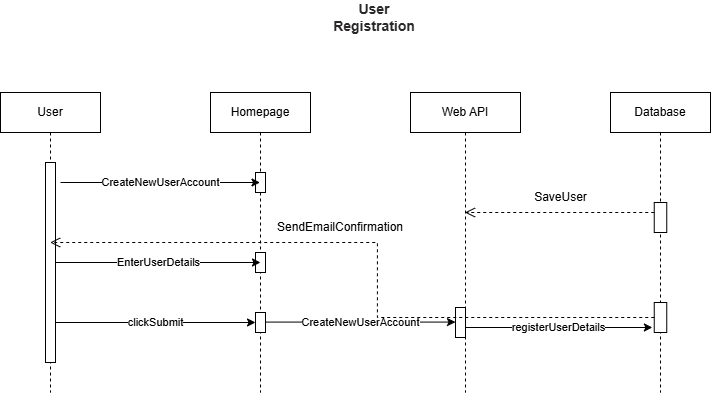
hedjouj/holbertonschool-hbnb keeps this draw.io diagram as sequence_diagram_userregistration.drawio.png. Above is the earlier version. Source tidied: cells renumbered, new cells last; positions are measured from the earlier drawing's top-left corner, leaving out a move shared by most shapes.
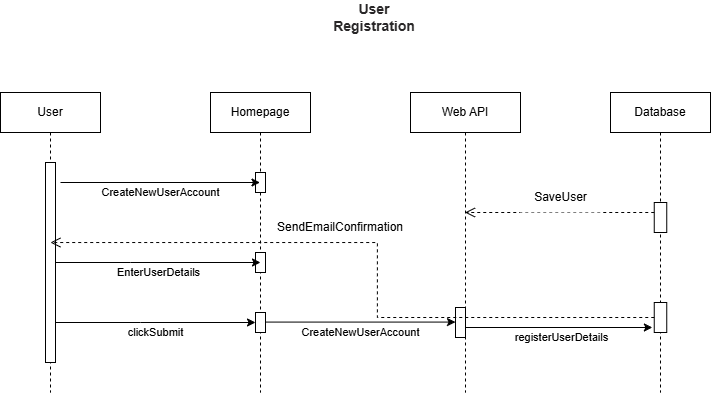
The same file after the commit.

Commit message:
Mettre à jour sequence_diagram_userregistration.drawio.png

The edit, as a diff of the source:
```diff
@@ -2,98 +2,108 @@
   <root>
     <mxCell id="0" />
     <mxCell id="1" parent="0" />
-    <mxCell id="2" value="User" style="shape=umlLifeline;perimeter=lifelinePerimeter;whiteSpace=wrap;html=1;outlineConnect=0;portConstraint=eastwest;newEdgeStyle={&quot;curved&quot;:0,&quot;rounded&quot;:0};" parent="1" vertex="1">
+    <mxCell id="2" value="User" style="shape=umlLifeline;perimeter=lifelinePerimeter;whiteSpace=wrap;html=1;outlineConnect=0;portConstraint=eastwest;newEdgeStyle={&quot;curved&quot;:0,&quot;rounded&quot;:0};labelBackgroundColor=none;" parent="1" vertex="1">
       <mxGeometry y="90" width="100" height="300" as="geometry" />
     </mxCell>
-    <mxCell id="3" style="html=1;points=[[0,0,0,0,5],[0,1,0,0,-5],[1,0,0,0,5],[1,1,0,0,-5]];perimeter=orthogonalPerimeter;outlineConnect=0;targetShapes=umlLifeline;portConstraint=eastwest;newEdgeStyle={&quot;curved&quot;:0,&quot;rounded&quot;:0};" parent="2" vertex="1">
+    <mxCell id="3" style="html=1;points=[[0,0,0,0,5],[0,1,0,0,-5],[1,0,0,0,5],[1,1,0,0,-5]];perimeter=orthogonalPerimeter;outlineConnect=0;targetShapes=umlLifeline;portConstraint=eastwest;newEdgeStyle={&quot;curved&quot;:0,&quot;rounded&quot;:0};labelBackgroundColor=none;" parent="2" vertex="1">
       <mxGeometry x="45" y="70" width="10" height="200" as="geometry" />
     </mxCell>
-    <mxCell id="4" value="Database" style="shape=umlLifeline;perimeter=lifelinePerimeter;whiteSpace=wrap;html=1;newEdgeStyle={&quot;curved&quot;:0,&quot;rounded&quot;:0};" parent="1" vertex="1">
+    <mxCell id="4" value="Database" style="shape=umlLifeline;perimeter=lifelinePerimeter;whiteSpace=wrap;html=1;newEdgeStyle={&quot;curved&quot;:0,&quot;rounded&quot;:0};labelBackgroundColor=none;" parent="1" vertex="1">
       <mxGeometry x="610" y="90" width="100" height="300" as="geometry" />
     </mxCell>
-    <mxCell id="5" style="html=1;points=[[0,0,0,0,5],[0,1,0,0,-5],[1,0,0,0,5],[1,1,0,0,-5]];perimeter=orthogonalPerimeter;outlineConnect=0;targetShapes=umlLifeline;portConstraint=eastwest;newEdgeStyle={&quot;curved&quot;:0,&quot;rounded&quot;:0};" parent="4" vertex="1">
+    <mxCell id="5" style="html=1;points=[[0,0,0,0,5],[0,1,0,0,-5],[1,0,0,0,5],[1,1,0,0,-5]];perimeter=orthogonalPerimeter;outlineConnect=0;targetShapes=umlLifeline;portConstraint=eastwest;newEdgeStyle={&quot;curved&quot;:0,&quot;rounded&quot;:0};labelBackgroundColor=none;" parent="4" vertex="1">
       <mxGeometry x="43.8" y="210" width="12.5" height="30" as="geometry" />
     </mxCell>
-    <mxCell id="6" style="html=1;points=[[0,0,0,0,5],[0,1,0,0,-5],[1,0,0,0,5],[1,1,0,0,-5]];perimeter=orthogonalPerimeter;outlineConnect=0;targetShapes=umlLifeline;portConstraint=eastwest;newEdgeStyle={&quot;curved&quot;:0,&quot;rounded&quot;:0};" parent="4" vertex="1">
+    <mxCell id="6" style="html=1;points=[[0,0,0,0,5],[0,1,0,0,-5],[1,0,0,0,5],[1,1,0,0,-5]];perimeter=orthogonalPerimeter;outlineConnect=0;targetShapes=umlLifeline;portConstraint=eastwest;newEdgeStyle={&quot;curved&quot;:0,&quot;rounded&quot;:0};labelBackgroundColor=none;" parent="4" vertex="1">
       <mxGeometry x="43.8" y="110" width="12.5" height="30" as="geometry" />
     </mxCell>
-    <mxCell id="7" value="&lt;div&gt;Web API&lt;/div&gt;" style="shape=umlLifeline;perimeter=lifelinePerimeter;whiteSpace=wrap;html=1;outlineConnect=0;portConstraint=eastwest;newEdgeStyle={&quot;curved&quot;:0,&quot;rounded&quot;:0};" parent="1" vertex="1">
+    <mxCell id="7" value="&lt;div&gt;Web API&lt;/div&gt;" style="shape=umlLifeline;perimeter=lifelinePerimeter;whiteSpace=wrap;html=1;outlineConnect=0;portConstraint=eastwest;newEdgeStyle={&quot;curved&quot;:0,&quot;rounded&quot;:0};labelBackgroundColor=none;" parent="1" vertex="1">
       <mxGeometry x="410" y="90" width="110" height="300" as="geometry" />
     </mxCell>
-    <mxCell id="8" style="html=1;points=[[0,0,0,0,5],[0,1,0,0,-5],[1,0,0,0,5],[1,1,0,0,-5]];perimeter=orthogonalPerimeter;outlineConnect=0;targetShapes=umlLifeline;portConstraint=eastwest;newEdgeStyle={&quot;curved&quot;:0,&quot;rounded&quot;:0};" parent="7" vertex="1">
+    <mxCell id="8" style="html=1;points=[[0,0,0,0,5],[0,1,0,0,-5],[1,0,0,0,5],[1,1,0,0,-5]];perimeter=orthogonalPerimeter;outlineConnect=0;targetShapes=umlLifeline;portConstraint=eastwest;newEdgeStyle={&quot;curved&quot;:0,&quot;rounded&quot;:0};labelBackgroundColor=none;" parent="7" vertex="1">
       <mxGeometry x="45" y="215" width="10" height="30" as="geometry" />
     </mxCell>
-    <mxCell id="9" value="Homepage" style="shape=umlLifeline;perimeter=lifelinePerimeter;whiteSpace=wrap;html=1;outlineConnect=0;portConstraint=eastwest;newEdgeStyle={&quot;curved&quot;:0,&quot;rounded&quot;:0};" parent="1" vertex="1">
+    <mxCell id="9" value="Homepage" style="shape=umlLifeline;perimeter=lifelinePerimeter;whiteSpace=wrap;html=1;outlineConnect=0;portConstraint=eastwest;newEdgeStyle={&quot;curved&quot;:0,&quot;rounded&quot;:0};labelBackgroundColor=none;" parent="1" vertex="1">
       <mxGeometry x="210" y="90" width="100" height="300" as="geometry" />
     </mxCell>
-    <mxCell id="10" style="html=1;perimeter=orthogonalPerimeter;targetShapes=umlLifeline;newEdgeStyle={&quot;curved&quot;:0,&quot;rounded&quot;:0};" parent="9" vertex="1">
+    <mxCell id="10" style="html=1;perimeter=orthogonalPerimeter;targetShapes=umlLifeline;newEdgeStyle={&quot;curved&quot;:0,&quot;rounded&quot;:0};labelBackgroundColor=none;" parent="9" vertex="1">
       <mxGeometry x="45" y="80" width="10" height="20" as="geometry" />
     </mxCell>
-    <mxCell id="11" style="html=1;points=[[0,0,0,0,5],[0,1,0,0,-5],[1,0,0,0,5],[1,1,0,0,-5]];perimeter=orthogonalPerimeter;outlineConnect=0;targetShapes=umlLifeline;portConstraint=eastwest;newEdgeStyle={&quot;curved&quot;:0,&quot;rounded&quot;:0};" parent="9" vertex="1">
+    <mxCell id="11" style="html=1;points=[[0,0,0,0,5],[0,1,0,0,-5],[1,0,0,0,5],[1,1,0,0,-5]];perimeter=orthogonalPerimeter;outlineConnect=0;targetShapes=umlLifeline;portConstraint=eastwest;newEdgeStyle={&quot;curved&quot;:0,&quot;rounded&quot;:0};labelBackgroundColor=none;" parent="9" vertex="1">
       <mxGeometry x="45" y="160" width="10" height="20" as="geometry" />
     </mxCell>
-    <mxCell id="12" style="html=1;points=[[0,0,0,0,5],[0,1,0,0,-5],[1,0,0,0,5],[1,1,0,0,-5]];perimeter=orthogonalPerimeter;outlineConnect=0;targetShapes=umlLifeline;portConstraint=eastwest;newEdgeStyle={&quot;curved&quot;:0,&quot;rounded&quot;:0};" parent="9" vertex="1">
+    <mxCell id="12" style="html=1;points=[[0,0,0,0,5],[0,1,0,0,-5],[1,0,0,0,5],[1,1,0,0,-5]];perimeter=orthogonalPerimeter;outlineConnect=0;targetShapes=umlLifeline;portConstraint=eastwest;newEdgeStyle={&quot;curved&quot;:0,&quot;rounded&quot;:0};labelBackgroundColor=none;" parent="9" vertex="1">
       <mxGeometry x="45" y="220" width="10" height="20" as="geometry" />
     </mxCell>
-    <mxCell id="13" style="endArrow=classic;html=1;rounded=0;" parent="1" edge="1" target="9">
+    <mxCell id="13" style="endArrow=classic;html=1;rounded=0;labelBackgroundColor=none;" parent="1" edge="1" target="9">
       <mxGeometry relative="1" as="geometry">
         <mxPoint x="60" y="180" as="sourcePoint" />
       </mxGeometry>
     </mxCell>
-    <mxCell id="14" value="CreateNewUserAccount" style="edgeLabel;html=1;align=center;verticalAlign=middle;" parent="13" vertex="1">
-      <mxGeometry relative="1" as="geometry" />
+    <mxCell id="14" value="CreateNewUserAccount" style="edgeLabel;html=1;align=center;verticalAlign=middle;labelBackgroundColor=none;" parent="13" vertex="1">
+      <mxGeometry relative="1" as="geometry">
+        <mxPoint y="10" as="offset" />
+      </mxGeometry>
     </mxCell>
-    <mxCell id="15" style="endArrow=classic;html=1;rounded=0;entryX=0.5;entryY=0.5;entryDx=0;entryDy=0;entryPerimeter=0;" parent="1" edge="1" source="3" target="11">
+    <mxCell id="15" style="endArrow=classic;html=1;rounded=0;entryX=0.5;entryY=0.5;entryDx=0;entryDy=0;entryPerimeter=0;labelBackgroundColor=none;" parent="1" edge="1" source="3" target="11">
       <mxGeometry relative="1" as="geometry">
         <Array as="points">
           <mxPoint x="130" y="260" />
         </Array>
       </mxGeometry>
     </mxCell>
-    <mxCell id="16" value="EnterUserDetails" style="edgeLabel;html=1;align=center;verticalAlign=middle;" parent="15" vertex="1">
-      <mxGeometry relative="1" as="geometry" />
+    <mxCell id="16" value="EnterUserDetails" style="edgeLabel;html=1;align=center;verticalAlign=middle;labelBackgroundColor=none;" parent="15" vertex="1">
+      <mxGeometry relative="1" as="geometry">
+        <mxPoint y="10" as="offset" />
+      </mxGeometry>
     </mxCell>
-    <mxCell id="17" style="endArrow=classic;html=1;rounded=0;" parent="1" edge="1" source="3" target="12">
+    <mxCell id="17" style="endArrow=classic;html=1;rounded=0;labelBackgroundColor=none;" parent="1" edge="1" source="3" target="12">
       <mxGeometry relative="1" as="geometry">
         <Array as="points">
           <mxPoint x="140" y="320" />
         </Array>
       </mxGeometry>
     </mxCell>
-    <mxCell id="18" value="clickSubmit" style="edgeLabel;html=1;align=center;verticalAlign=middle;" parent="17" vertex="1">
-      <mxGeometry relative="1" as="geometry" />
+    <mxCell id="18" value="clickSubmit" style="edgeLabel;html=1;align=center;verticalAlign=middle;labelBackgroundColor=none;" parent="17" vertex="1">
+      <mxGeometry relative="1" as="geometry">
+        <mxPoint y="10" as="offset" />
+      </mxGeometry>
     </mxCell>
-    <mxCell id="19" style="endArrow=classic;html=1;rounded=0;" parent="1" edge="1" target="8">
+    <mxCell id="19" style="endArrow=classic;html=1;rounded=0;labelBackgroundColor=none;" parent="1" edge="1" target="8">
       <mxGeometry relative="1" as="geometry">
         <mxPoint x="265" y="319.6" as="sourcePoint" />
       </mxGeometry>
     </mxCell>
-    <mxCell id="20" value="CreateNewUserAccount" style="edgeLabel;html=1;align=center;verticalAlign=middle;" parent="19" vertex="1">
-      <mxGeometry relative="1" as="geometry" />
+    <mxCell id="20" value="CreateNewUserAccount" style="edgeLabel;html=1;align=center;verticalAlign=middle;labelBackgroundColor=none;" parent="19" vertex="1">
+      <mxGeometry relative="1" as="geometry">
+        <mxPoint y="10" as="offset" />
+      </mxGeometry>
     </mxCell>
-    <mxCell id="21" style="endArrow=classic;html=1;rounded=0;entryX=0;entryY=1;entryDx=0;entryDy=-5;entryPerimeter=0;" parent="1" edge="1" source="7">
+    <mxCell id="21" style="endArrow=classic;html=1;rounded=0;entryX=0;entryY=1;entryDx=0;entryDy=-5;entryPerimeter=0;labelBackgroundColor=none;" parent="1" edge="1" source="7">
       <mxGeometry relative="1" as="geometry">
         <mxPoint x="651.9" y="325" as="targetPoint" />
       </mxGeometry>
     </mxCell>
-    <mxCell id="22" value="registerUserDetails" style="edgeLabel;html=1;align=center;verticalAlign=middle;" parent="21" vertex="1">
-      <mxGeometry relative="1" as="geometry" />
+    <mxCell id="22" value="registerUserDetails" style="edgeLabel;html=1;align=center;verticalAlign=middle;labelBackgroundColor=none;" parent="21" vertex="1">
+      <mxGeometry relative="1" as="geometry">
+        <mxPoint x="2" y="10" as="offset" />
+      </mxGeometry>
     </mxCell>
-    <mxCell id="23" value="&lt;strong style=&quot;box-sizing: border-box; font-weight: bold; color: rgb(41, 39, 40); font-family: aktiv-grotesk, sans-serif; font-size: 14px; text-align: left; background-color: rgb(255, 255, 255);&quot;&gt;User Registration&lt;/strong&gt;" style="text;html=1;align=center;verticalAlign=middle;whiteSpace=wrap;rounded=0;" parent="1" vertex="1">
+    <mxCell id="23" value="&lt;strong style=&quot;box-sizing: border-box; font-weight: bold; color: rgb(41, 39, 40); font-family: aktiv-grotesk, sans-serif; font-size: 14px; text-align: left;&quot;&gt;User Registration&lt;/strong&gt;" style="text;html=1;align=center;verticalAlign=middle;whiteSpace=wrap;rounded=0;labelBackgroundColor=light-dark(#FFFFFF,#FFFFFF);" parent="1" vertex="1">
       <mxGeometry x="344" width="60" height="30" as="geometry" />
     </mxCell>
-    <mxCell id="24" style="html=1;verticalAlign=bottom;endArrow=open;dashed=1;endSize=8;curved=0;rounded=0;fontStyle=1;" parent="1" edge="1" source="6">
+    <mxCell id="24" style="html=1;verticalAlign=bottom;endArrow=open;dashed=1;endSize=8;curved=0;rounded=0;fontStyle=1;labelBackgroundColor=none;" parent="1" edge="1" source="6">
       <mxGeometry relative="1" as="geometry">
         <mxPoint x="464.5" y="210" as="targetPoint" />
       </mxGeometry>
     </mxCell>
-    <mxCell id="25" value="SaveUser" style="text;html=1;align=center;verticalAlign=middle;strokeColor=none;fillColor=none;" parent="1" vertex="1">
+    <mxCell id="25" value="&lt;span&gt;SaveUser&lt;/span&gt;" style="text;html=1;align=center;verticalAlign=middle;labelBackgroundColor=none;fillColor=default;" parent="1" vertex="1">
       <mxGeometry x="520" y="180" width="80" height="30" as="geometry" />
     </mxCell>
-    <mxCell id="26" value="SendEmailConfirmation" style="text;html=1;align=center;verticalAlign=middle;whiteSpace=wrap;rounded=0;" parent="1" vertex="1">
+    <mxCell id="26" value="SendEmailConfirmation" style="text;html=1;align=center;verticalAlign=middle;whiteSpace=wrap;rounded=0;labelBackgroundColor=none;fillColor=default;" parent="1" vertex="1">
       <mxGeometry x="310" y="210" width="60" height="30" as="geometry" />
     </mxCell>
-    <mxCell id="27" style="html=1;verticalAlign=bottom;endArrow=open;dashed=1;endSize=8;rounded=0;edgeStyle=orthogonalEdgeStyle;" parent="1" edge="1" source="5" target="2">
+    <mxCell id="27" style="html=1;verticalAlign=bottom;endArrow=open;dashed=1;endSize=8;rounded=0;edgeStyle=orthogonalEdgeStyle;labelBackgroundColor=none;" parent="1" edge="1" source="5" target="2">
       <mxGeometry relative="1" as="geometry" />
     </mxCell>
   </root>
```
